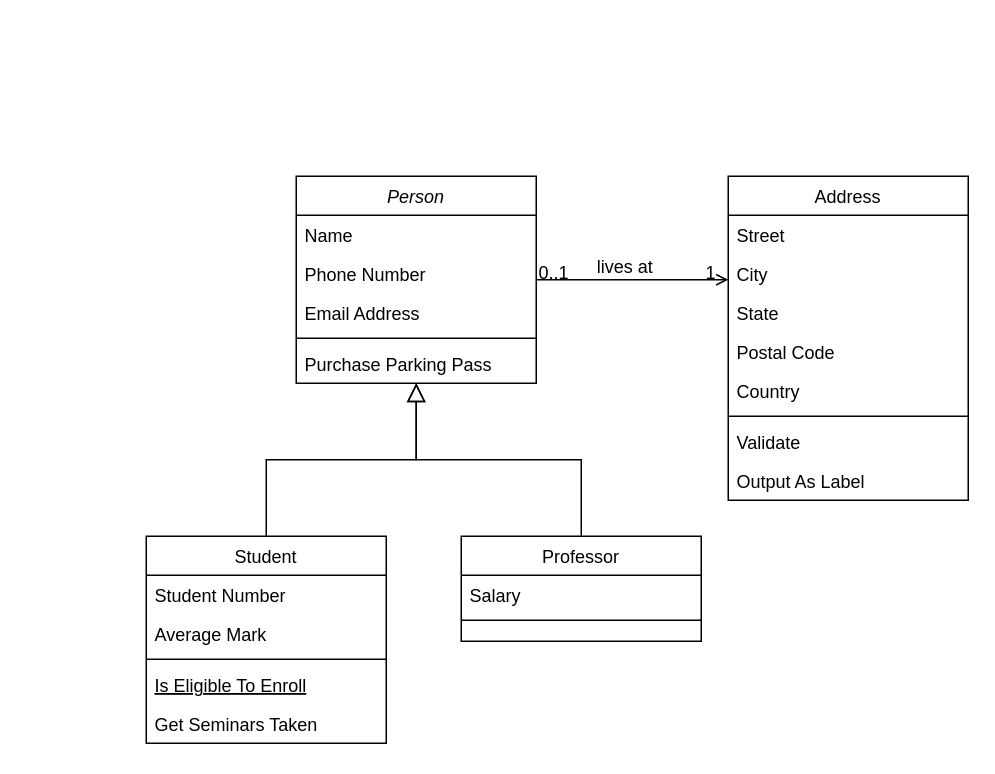
Before: Digital_Transformation_WPL.drawio in pateldeep99/Casestudy-2, a draw.io diagram. Source tidied: cells renumbered, new cells numbered last; positions are measured from the earlier drawing's top-left corner, leaving out a move shared by most shapes. Both pictures are drawn from the tidied source at 150%, with x=0, y=0 at pixel (146, 176).
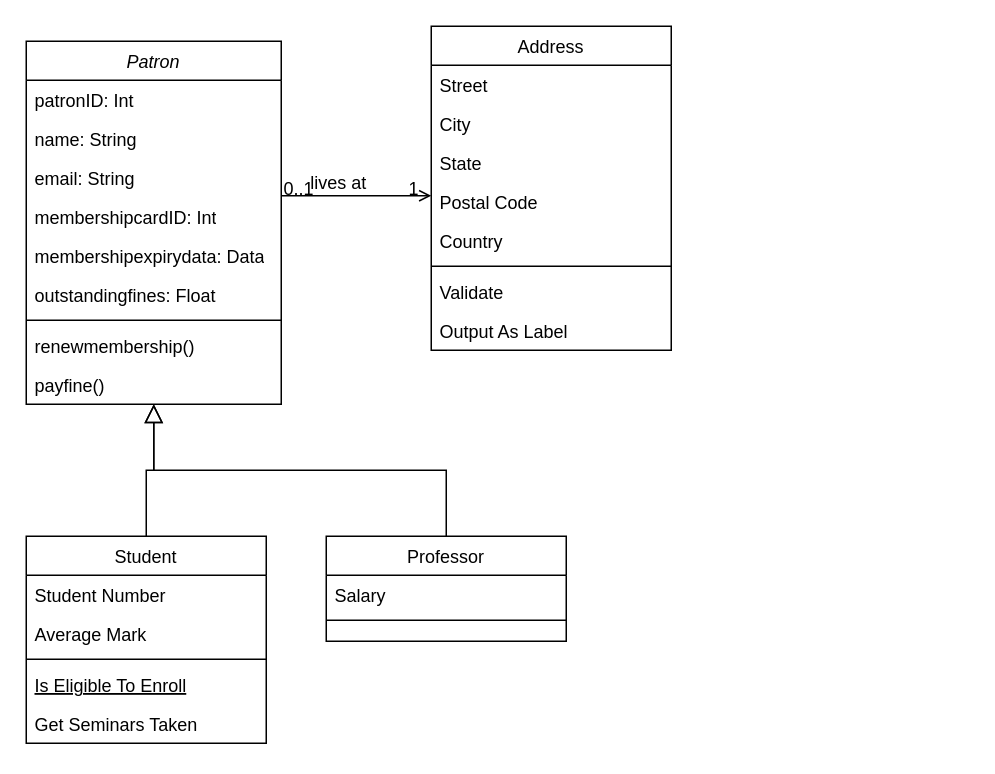
The same diagram, later.

What changed in the source:
```diff
@@
-    <mxCell id="2" value="Person" style="swimlane;fontStyle=2;align=center;verticalAlign=top;horizontal=1;startSize=26;rounded=0;shadow=0;strokeWidth=1;" parent="1" vertex="1">
-      <mxGeometry x="100" width="160" height="138" as="geometry" />
+    <mxCell id="2" value="Patron" style="swimlane;fontStyle=2;align=center;verticalAlign=top;horizontal=1;startSize=26;rounded=0;shadow=0;strokeWidth=1;" parent="1" vertex="1">
+      <mxGeometry x="-80" y="-90" width="170" height="242" as="geometry" />
     </mxCell>
-    <mxCell id="3" value="Name" style="text;align=left;verticalAlign=top;spacingLeft=4;spacingRight=4;overflow=hidden;" parent="2" vertex="1">
-      <mxGeometry y="26" width="160" height="26" as="geometry" />
+    <mxCell id="3" value="patronID: Int" style="text;align=left;verticalAlign=top;spacingLeft=4;spacingRight=4;overflow=hidden;" parent="2" vertex="1">
+      <mxGeometry y="26" width="170" height="26" as="geometry" />
     </mxCell>
-    <mxCell id="4" value="Phone Number" style="text;align=left;verticalAlign=top;spacingLeft=4;spacingRight=4;overflow=hidden;rounded=0;shadow=0;html=0;" parent="2" vertex="1">
-      <mxGeometry y="52" width="160" height="26" as="geometry" />
+    <mxCell id="4" value="name: String" style="text;align=left;verticalAlign=top;spacingLeft=4;spacingRight=4;overflow=hidden;rounded=0;shadow=0;html=0;" parent="2" vertex="1">
+      <mxGeometry y="52" width="170" height="26" as="geometry" />
     </mxCell>
-    <mxCell id="5" value="Email Address" style="text;align=left;verticalAlign=top;spacingLeft=4;spacingRight=4;overflow=hidden;rounded=0;shadow=0;html=0;" parent="2" vertex="1">
-      <mxGeometry y="78" width="160" height="26" as="geometry" />
+    <mxCell id="5" value="email: String" style="text;align=left;verticalAlign=top;spacingLeft=4;spacingRight=4;overflow=hidden;rounded=0;shadow=0;html=0;" parent="2" vertex="1">
+      <mxGeometry y="78" width="170" height="26" as="geometry" />
     </mxCell>
+    <mxCell id="32" value="membershipcardID: Int" style="text;strokeColor=none;fillColor=none;align=left;verticalAlign=top;spacingLeft=4;spacingRight=4;overflow=hidden;whiteSpace=wrap;html=1;" parent="2" vertex="1">
+      <mxGeometry y="104" width="170" height="26" as="geometry" />
+    </mxCell>
+    <mxCell id="33" value="membershipexpirydata: Data" style="text;strokeColor=none;fillColor=none;align=left;verticalAlign=top;spacingLeft=4;spacingRight=4;overflow=hidden;whiteSpace=wrap;html=1;" parent="2" vertex="1">
+      <mxGeometry y="130" width="170" height="26" as="geometry" />
+    </mxCell>
+    <mxCell id="34" value="outstandingfines: Float" style="text;strokeColor=none;fillColor=none;align=left;verticalAlign=top;spacingLeft=4;spacingRight=4;overflow=hidden;whiteSpace=wrap;html=1;" parent="2" vertex="1">
+      <mxGeometry y="156" width="170" height="26" as="geometry" />
+    </mxCell>
     <mxCell id="6" style="line;html=1;strokeWidth=1;align=left;verticalAlign=middle;spacingTop=-1;spacingLeft=3;spacingRight=3;labelPosition=right;" parent="2" vertex="1">
-      <mxGeometry y="104" width="160" height="8" as="geometry" />
+      <mxGeometry y="182" width="170" height="8" as="geometry" />
     </mxCell>
-    <mxCell id="7" value="Purchase Parking Pass" style="text;align=left;verticalAlign=top;spacingLeft=4;spacingRight=4;overflow=hidden;" parent="2" vertex="1">
-      <mxGeometry y="112" width="160" height="26" as="geometry" />
+    <mxCell id="7" value="renewmembership()" style="text;align=left;verticalAlign=top;spacingLeft=4;spacingRight=4;overflow=hidden;" parent="2" vertex="1">
+      <mxGeometry y="190" width="170" height="26" as="geometry" />
     </mxCell>
+    <mxCell id="35" value="payfine()" style="text;strokeColor=none;fillColor=none;align=left;verticalAlign=top;spacingLeft=4;spacingRight=4;overflow=hidden;whiteSpace=wrap;html=1;" parent="2" vertex="1">
+      <mxGeometry y="216" width="170" height="26" as="geometry" />
+    </mxCell>
     <mxCell id="8" value="Student" style="swimlane;fontStyle=0;align=center;verticalAlign=top;horizontal=1;startSize=26;rounded=0;shadow=0;strokeWidth=1;" parent="1" vertex="1">
-      <mxGeometry y="240" width="160" height="138" as="geometry" />
+      <mxGeometry x="-80" y="240" width="160" height="138" as="geometry" />
     </mxCell>
@@
     <mxCell id="15" value="Professor" style="swimlane;fontStyle=0;align=center;verticalAlign=top;horizontal=1;startSize=26;rounded=0;shadow=0;strokeWidth=1;" parent="1" vertex="1">
-      <mxGeometry x="210" y="240" width="160" height="70" as="geometry" />
+      <mxGeometry x="120" y="240" width="160" height="70" as="geometry" />
     </mxCell>
@@
     <mxCell id="19" value="Address" style="swimlane;fontStyle=0;align=center;verticalAlign=top;horizontal=1;startSize=26;rounded=0;shadow=0;strokeWidth=1;" parent="1" vertex="1">
-      <mxGeometry x="388" width="160" height="216" as="geometry" />
+      <mxGeometry x="190" y="-100" width="160" height="216" as="geometry" />
     </mxCell>
```
